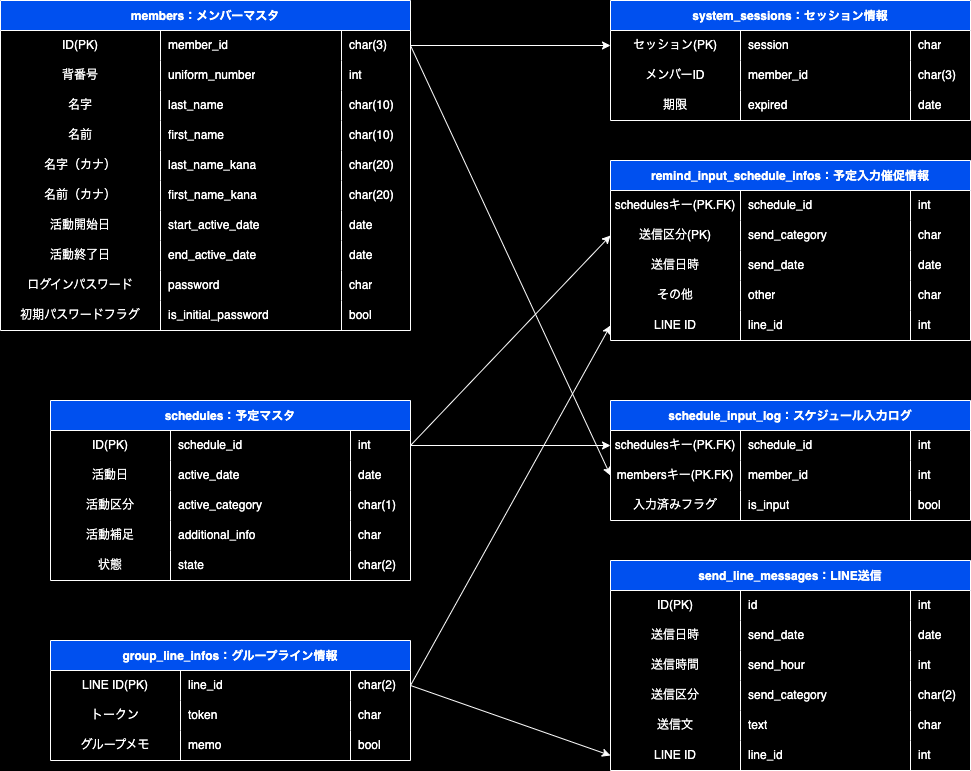
This is 03_テーブル/ER_figure.drawio.png from ShigaFreedom/document_freedom_system, a draw.io export, as it was before one commit. Source tidied: cells renumbered, new cells last; positions are measured from the earlier drawing's top-left corner, leaving out a move shared by most shapes.
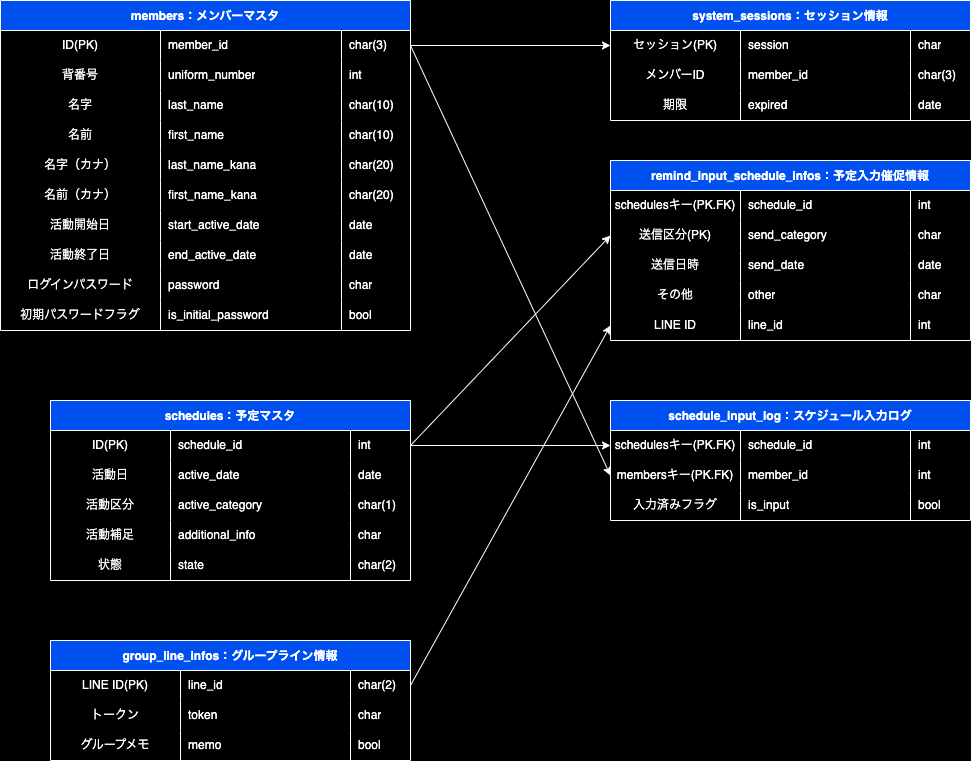
The same diagram one commit later.

Change to the diagram source:
```diff
@@ -385,83 +385,5 @@
     <mxCell id="128" style="endArrow=classic;html=1;fontColor=#FFFFFF;strokeColor=#FFFFFF;exitX=1;exitY=0.5;exitDx=0;exitDy=0;entryX=0;entryY=0.5;entryDx=0;entryDy=0;" parent="1" edge="1" source="45" target="116">
       <mxGeometry relative="1" as="geometry" />
     </mxCell>
-    <mxCell id="129" value="send_line_messages：LINE送信" style="shape=table;startSize=30;rowLines=0;fontStyle=1;fillColor=#0050ef;fontColor=#FFFFFF;strokeColor=#FFFFFF;" parent="1" vertex="1">
-      <mxGeometry x="610" y="560" width="360" height="210" as="geometry" />
-    </mxCell>
-    <mxCell id="130" style="shape=tableRow;horizontal=0;startSize=0;swimlaneHead=0;swimlaneBody=0;top=0;left=0;bottom=0;right=0;fillColor=none;" parent="129" vertex="1">
-      <mxGeometry y="30" width="360" height="30" as="geometry" />
-    </mxCell>
-    <mxCell id="131" value="ID(PK)" style="shape=partialRectangle;html=1;whiteSpace=wrap;fillColor=none;top=0;left=0;bottom=0;right=0;overflow=hidden;fontColor=#FFFFFF;" parent="130" vertex="1">
-      <mxGeometry width="130" height="30" as="geometry" />
-    </mxCell>
-    <mxCell id="132" value="id" style="shape=partialRectangle;html=1;whiteSpace=wrap;fillColor=none;top=0;left=0;bottom=0;right=0;align=left;spacingLeft=6;overflow=hidden;fontColor=#FFFFFF;" parent="130" vertex="1">
-      <mxGeometry x="130" width="170" height="30" as="geometry" />
-    </mxCell>
-    <mxCell id="133" value="int" style="shape=partialRectangle;html=1;whiteSpace=wrap;fillColor=none;top=0;left=0;bottom=0;right=0;align=left;spacingLeft=6;overflow=hidden;fontColor=#FFFFFF;" parent="130" vertex="1">
-      <mxGeometry x="300" width="60" height="30" as="geometry" />
-    </mxCell>
-    <mxCell id="134" style="shape=tableRow;horizontal=0;startSize=0;swimlaneHead=0;swimlaneBody=0;top=0;left=0;bottom=0;right=0;fillColor=none;" parent="129" vertex="1">
-      <mxGeometry y="60" width="360" height="30" as="geometry" />
-    </mxCell>
-    <mxCell id="135" value="送信日時" style="shape=partialRectangle;html=1;whiteSpace=wrap;fillColor=none;top=0;left=0;bottom=0;right=0;overflow=hidden;fontColor=#FFFFFF;" parent="134" vertex="1">
-      <mxGeometry width="130" height="30" as="geometry" />
-    </mxCell>
-    <mxCell id="136" value="send_date" style="shape=partialRectangle;html=1;whiteSpace=wrap;fillColor=none;top=0;left=0;bottom=0;right=0;align=left;spacingLeft=6;overflow=hidden;fontColor=#FFFFFF;" parent="134" vertex="1">
-      <mxGeometry x="130" width="170" height="30" as="geometry" />
-    </mxCell>
-    <mxCell id="137" value="date" style="shape=partialRectangle;html=1;whiteSpace=wrap;fillColor=none;top=0;left=0;bottom=0;right=0;align=left;spacingLeft=6;overflow=hidden;fontColor=#FFFFFF;" parent="134" vertex="1">
-      <mxGeometry x="300" width="60" height="30" as="geometry" />
-    </mxCell>
-    <mxCell id="138" style="shape=tableRow;horizontal=0;startSize=0;swimlaneHead=0;swimlaneBody=0;top=0;left=0;bottom=0;right=0;fillColor=none;" parent="129" vertex="1">
-      <mxGeometry y="90" width="360" height="30" as="geometry" />
-    </mxCell>
-    <mxCell id="139" value="送信時間" style="shape=partialRectangle;html=1;whiteSpace=wrap;fillColor=none;top=0;left=0;bottom=0;right=0;overflow=hidden;fontColor=#FFFFFF;" parent="138" vertex="1">
-      <mxGeometry width="130" height="30" as="geometry" />
-    </mxCell>
-    <mxCell id="140" value="send_hour" style="shape=partialRectangle;html=1;whiteSpace=wrap;fillColor=none;top=0;left=0;bottom=0;right=0;align=left;spacingLeft=6;overflow=hidden;fontColor=#FFFFFF;" parent="138" vertex="1">
-      <mxGeometry x="130" width="170" height="30" as="geometry" />
-    </mxCell>
-    <mxCell id="141" value="int" style="shape=partialRectangle;html=1;whiteSpace=wrap;fillColor=none;top=0;left=0;bottom=0;right=0;align=left;spacingLeft=6;overflow=hidden;fontColor=#FFFFFF;" parent="138" vertex="1">
-      <mxGeometry x="300" width="60" height="30" as="geometry" />
-    </mxCell>
-    <mxCell id="142" style="shape=tableRow;horizontal=0;startSize=0;swimlaneHead=0;swimlaneBody=0;top=0;left=0;bottom=0;right=0;fillColor=none;" parent="129" vertex="1">
-      <mxGeometry y="120" width="360" height="30" as="geometry" />
-    </mxCell>
-    <mxCell id="143" value="送信区分" style="shape=partialRectangle;html=1;whiteSpace=wrap;fillColor=none;top=0;left=0;bottom=0;right=0;overflow=hidden;fontColor=#FFFFFF;" parent="142" vertex="1">
-      <mxGeometry width="130" height="30" as="geometry" />
-    </mxCell>
-    <mxCell id="144" value="send_category" style="shape=partialRectangle;html=1;whiteSpace=wrap;fillColor=none;top=0;left=0;bottom=0;right=0;align=left;spacingLeft=6;overflow=hidden;fontColor=#FFFFFF;" parent="142" vertex="1">
-      <mxGeometry x="130" width="170" height="30" as="geometry" />
-    </mxCell>
-    <mxCell id="145" value="char(2)" style="shape=partialRectangle;html=1;whiteSpace=wrap;fillColor=none;top=0;left=0;bottom=0;right=0;align=left;spacingLeft=6;overflow=hidden;fontColor=#FFFFFF;" parent="142" vertex="1">
-      <mxGeometry x="300" width="60" height="30" as="geometry" />
-    </mxCell>
-    <mxCell id="146" style="shape=tableRow;horizontal=0;startSize=0;swimlaneHead=0;swimlaneBody=0;top=0;left=0;bottom=0;right=0;fillColor=none;" parent="129" vertex="1">
-      <mxGeometry y="150" width="360" height="30" as="geometry" />
-    </mxCell>
-    <mxCell id="147" value="送信文" style="shape=partialRectangle;html=1;whiteSpace=wrap;fillColor=none;top=0;left=0;bottom=0;right=0;overflow=hidden;fontColor=#FFFFFF;" parent="146" vertex="1">
-      <mxGeometry width="130" height="30" as="geometry" />
-    </mxCell>
-    <mxCell id="148" value="text" style="shape=partialRectangle;html=1;whiteSpace=wrap;fillColor=none;top=0;left=0;bottom=0;right=0;align=left;spacingLeft=6;overflow=hidden;fontColor=#FFFFFF;" parent="146" vertex="1">
-      <mxGeometry x="130" width="170" height="30" as="geometry" />
-    </mxCell>
-    <mxCell id="149" value="char" style="shape=partialRectangle;html=1;whiteSpace=wrap;fillColor=none;top=0;left=0;bottom=0;right=0;align=left;spacingLeft=6;overflow=hidden;fontColor=#FFFFFF;" parent="146" vertex="1">
-      <mxGeometry x="300" width="60" height="30" as="geometry" />
-    </mxCell>
-    <mxCell id="150" style="shape=tableRow;horizontal=0;startSize=0;swimlaneHead=0;swimlaneBody=0;top=0;left=0;bottom=0;right=0;fillColor=none;points=[[0,0.5],[1,0.5]];portConstraint=eastwest;" parent="129" vertex="1">
-      <mxGeometry y="180" width="360" height="30" as="geometry" />
-    </mxCell>
-    <mxCell id="151" value="LINE ID" style="shape=partialRectangle;html=1;whiteSpace=wrap;fillColor=none;top=0;left=0;bottom=0;right=0;overflow=hidden;fontColor=#FFFFFF;" parent="150" vertex="1">
-      <mxGeometry width="130" height="30" as="geometry" />
-    </mxCell>
-    <mxCell id="152" value="line_id" style="shape=partialRectangle;html=1;whiteSpace=wrap;fillColor=none;top=0;left=0;bottom=0;right=0;align=left;spacingLeft=6;overflow=hidden;fontColor=#FFFFFF;" parent="150" vertex="1">
-      <mxGeometry x="130" width="170" height="30" as="geometry" />
-    </mxCell>
-    <mxCell id="153" value="int" style="shape=partialRectangle;html=1;whiteSpace=wrap;fillColor=none;top=0;left=0;bottom=0;right=0;align=left;spacingLeft=6;overflow=hidden;fontColor=#FFFFFF;" parent="150" vertex="1">
-      <mxGeometry x="300" width="60" height="30" as="geometry" />
-    </mxCell>
-    <mxCell id="154" style="endArrow=classic;html=1;fontColor=#FFFFFF;strokeColor=#FFFFFF;exitX=1;exitY=0.5;exitDx=0;exitDy=0;entryX=0;entryY=0.5;entryDx=0;entryDy=0;" parent="1" edge="1" source="102" target="150">
-      <mxGeometry relative="1" as="geometry" />
-    </mxCell>
   </root>
 </mxGraphModel>
```
